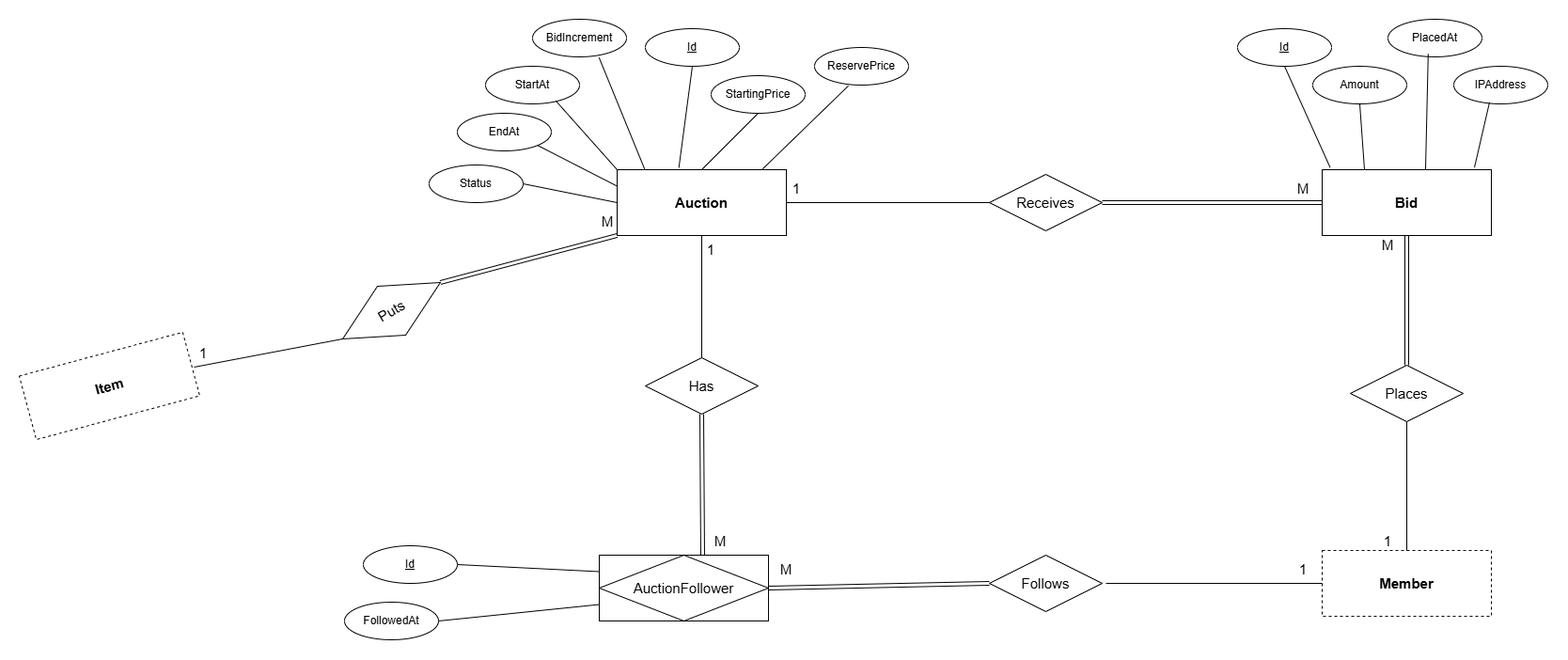
Above: docs/erd/BIDNILE-1-ERD-4-Auctions and bidding.png in Mokhtar103/Mokhtar103-Database-Assignment-2-Creating-Tables (draw.io), before the change. Source tidied: cells renumbered, new cells last; positions are measured from the earlier drawing's top-left corner, leaving out a move shared by most shapes. Source of this version:
```xml
<mxGraphModel>
  <root>
    <mxCell id="0" />
    <mxCell id="1" parent="0" />
    <mxCell id="2" value="&lt;span style=&quot;font-size: 15px;&quot;&gt;&lt;b&gt;Auction&lt;/b&gt;&lt;/span&gt;" style="whiteSpace=wrap;html=1;align=center;" parent="1" vertex="1">
      <mxGeometry x="630" y="160" width="180" height="70" as="geometry" />
    </mxCell>
    <mxCell id="3" value="Id" style="ellipse;whiteSpace=wrap;html=1;align=center;fontStyle=4;" parent="1" vertex="1">
      <mxGeometry x="660" y="10" width="100" height="40" as="geometry" />
    </mxCell>
    <mxCell id="4" style="endArrow=none;html=1;rounded=0;defaultLabelBackgroundColor=page;labelPadding=0 4;exitX=0.5;exitY=1;exitDx=0;exitDy=0;entryX=0.365;entryY=-0.031;entryDx=0;entryDy=0;entryPerimeter=0;" parent="1" edge="1" source="3" target="2">
      <mxGeometry relative="1" as="geometry" />
    </mxCell>
    <mxCell id="5" value="StartingPrice" style="ellipse;whiteSpace=wrap;html=1;align=center;" parent="1" vertex="1">
      <mxGeometry x="730" y="60" width="100" height="40" as="geometry" />
    </mxCell>
    <mxCell id="6" style="endArrow=none;html=1;rounded=0;defaultLabelBackgroundColor=page;labelPadding=0 4;exitX=0.5;exitY=1;exitDx=0;exitDy=0;entryX=0.5;entryY=0;entryDx=0;entryDy=0;" parent="1" edge="1" source="5" target="2">
      <mxGeometry relative="1" as="geometry" />
    </mxCell>
    <mxCell id="7" value="ReservePrice" style="ellipse;whiteSpace=wrap;html=1;align=center;" parent="1" vertex="1">
      <mxGeometry x="840" y="30" width="100" height="40" as="geometry" />
    </mxCell>
    <mxCell id="8" style="endArrow=none;html=1;rounded=0;defaultLabelBackgroundColor=page;labelPadding=0 4;exitX=0.36;exitY=1.02;exitDx=0;exitDy=0;entryX=0.86;entryY=-0.011;entryDx=0;entryDy=0;entryPerimeter=0;exitPerimeter=0;" parent="1" edge="1" source="7" target="2">
      <mxGeometry relative="1" as="geometry" />
    </mxCell>
    <mxCell id="9" value="BidIncrement" style="ellipse;whiteSpace=wrap;html=1;align=center;" parent="1" vertex="1">
      <mxGeometry x="540" width="100" height="40" as="geometry" />
    </mxCell>
    <mxCell id="10" style="endArrow=none;html=1;rounded=0;defaultLabelBackgroundColor=page;labelPadding=0 4;exitX=0.708;exitY=1.02;exitDx=0;exitDy=0;entryX=0.164;entryY=0;entryDx=0;entryDy=0;exitPerimeter=0;entryPerimeter=0;" parent="1" edge="1" source="9" target="2">
      <mxGeometry relative="1" as="geometry" />
    </mxCell>
    <mxCell id="11" value="StartAt" style="ellipse;whiteSpace=wrap;html=1;align=center;" parent="1" vertex="1">
      <mxGeometry x="490" y="50" width="100" height="40" as="geometry" />
    </mxCell>
    <mxCell id="12" style="endArrow=none;html=1;rounded=0;defaultLabelBackgroundColor=page;labelPadding=0 4;exitX=0.748;exitY=0.92;exitDx=0;exitDy=0;entryX=0;entryY=0;entryDx=0;entryDy=0;exitPerimeter=0;" parent="1" edge="1" source="11" target="2">
      <mxGeometry relative="1" as="geometry" />
    </mxCell>
    <mxCell id="13" value="EndAt" style="ellipse;whiteSpace=wrap;html=1;align=center;" parent="1" vertex="1">
      <mxGeometry x="460" y="100" width="100" height="40" as="geometry" />
    </mxCell>
    <mxCell id="14" style="endArrow=none;html=1;rounded=0;defaultLabelBackgroundColor=page;labelPadding=0 4;exitX=1;exitY=1;exitDx=0;exitDy=0;entryX=0;entryY=0.25;entryDx=0;entryDy=0;" parent="1" edge="1" source="13" target="2">
      <mxGeometry relative="1" as="geometry" />
    </mxCell>
    <mxCell id="15" value="Status" style="ellipse;whiteSpace=wrap;html=1;align=center;" parent="1" vertex="1">
      <mxGeometry x="430" y="155" width="100" height="40" as="geometry" />
    </mxCell>
    <mxCell id="16" style="endArrow=none;html=1;rounded=0;defaultLabelBackgroundColor=page;labelPadding=0 4;exitX=1;exitY=0.5;exitDx=0;exitDy=0;entryX=0;entryY=0.5;entryDx=0;entryDy=0;" parent="1" edge="1" source="15" target="2">
      <mxGeometry relative="1" as="geometry" />
    </mxCell>
    <mxCell id="17" value="&lt;span style=&quot;font-size: 15px;&quot;&gt;&lt;b&gt;Bid&lt;/b&gt;&lt;/span&gt;" style="whiteSpace=wrap;html=1;align=center;" parent="1" vertex="1">
      <mxGeometry x="1380" y="160" width="180" height="70" as="geometry" />
    </mxCell>
    <mxCell id="18" value="Id" style="ellipse;whiteSpace=wrap;html=1;align=center;fontStyle=4;" parent="1" vertex="1">
      <mxGeometry x="1290" y="10" width="100" height="40" as="geometry" />
    </mxCell>
    <mxCell id="19" style="endArrow=none;html=1;rounded=0;defaultLabelBackgroundColor=page;labelPadding=0 4;exitX=0.5;exitY=1;exitDx=0;exitDy=0;entryX=0.047;entryY=-0.034;entryDx=0;entryDy=0;entryPerimeter=0;" parent="1" edge="1" source="18" target="17">
      <mxGeometry relative="1" as="geometry" />
    </mxCell>
    <mxCell id="20" value="Amount" style="ellipse;whiteSpace=wrap;html=1;align=center;" parent="1" vertex="1">
      <mxGeometry x="1370" y="50" width="100" height="40" as="geometry" />
    </mxCell>
    <mxCell id="21" style="endArrow=none;html=1;rounded=0;defaultLabelBackgroundColor=page;labelPadding=0 4;exitX=0.5;exitY=1;exitDx=0;exitDy=0;entryX=0.25;entryY=0;entryDx=0;entryDy=0;" parent="1" edge="1" source="20" target="17">
      <mxGeometry relative="1" as="geometry" />
    </mxCell>
    <mxCell id="22" value="PlacedAt" style="ellipse;whiteSpace=wrap;html=1;align=center;" parent="1" vertex="1">
      <mxGeometry x="1450" width="100" height="40" as="geometry" />
    </mxCell>
    <mxCell id="23" style="endArrow=none;html=1;rounded=0;defaultLabelBackgroundColor=page;labelPadding=0 4;exitX=0.428;exitY=0.92;exitDx=0;exitDy=0;entryX=0.611;entryY=0;entryDx=0;entryDy=0;exitPerimeter=0;entryPerimeter=0;" parent="1" edge="1" source="22" target="17">
      <mxGeometry relative="1" as="geometry" />
    </mxCell>
    <mxCell id="24" value="IPAddress" style="ellipse;whiteSpace=wrap;html=1;align=center;" parent="1" vertex="1">
      <mxGeometry x="1520" y="50" width="100" height="40" as="geometry" />
    </mxCell>
    <mxCell id="25" style="endArrow=none;html=1;rounded=0;defaultLabelBackgroundColor=page;labelPadding=0 4;exitX=0.38;exitY=0.96;exitDx=0;exitDy=0;entryX=0.9;entryY=-0.034;entryDx=0;entryDy=0;exitPerimeter=0;entryPerimeter=0;" parent="1" edge="1" source="24" target="17">
      <mxGeometry relative="1" as="geometry" />
    </mxCell>
    <mxCell id="26" value="&lt;span style=&quot;font-size: 15px;&quot;&gt;&lt;b&gt;Member&lt;/b&gt;&lt;/span&gt;" style="whiteSpace=wrap;html=1;align=center;dashed=1;" parent="1" vertex="1">
      <mxGeometry x="1380" y="565" width="180" height="70" as="geometry" />
    </mxCell>
    <mxCell id="27" value="&lt;font style=&quot;font-size: 15px;&quot;&gt;AuctionFollower&lt;/font&gt;" style="shape=associativeEntity;whiteSpace=wrap;html=1;align=center;" parent="1" vertex="1">
      <mxGeometry x="611" y="570" width="180" height="70" as="geometry" />
    </mxCell>
    <mxCell id="28" value="Id" style="ellipse;whiteSpace=wrap;html=1;align=center;fontStyle=4;" parent="1" vertex="1">
      <mxGeometry x="360" y="560" width="100" height="40" as="geometry" />
    </mxCell>
    <mxCell id="29" style="endArrow=none;html=1;rounded=0;defaultLabelBackgroundColor=page;labelPadding=0 4;exitX=1;exitY=0.5;exitDx=0;exitDy=0;entryX=0;entryY=0.25;entryDx=0;entryDy=0;" parent="1" edge="1" source="28" target="27">
      <mxGeometry relative="1" as="geometry" />
    </mxCell>
    <mxCell id="30" value="FollowedAt" style="ellipse;whiteSpace=wrap;html=1;align=center;" parent="1" vertex="1">
      <mxGeometry x="340" y="620" width="100" height="40" as="geometry" />
    </mxCell>
    <mxCell id="31" style="endArrow=none;html=1;rounded=0;defaultLabelBackgroundColor=page;labelPadding=0 4;exitX=1;exitY=0.5;exitDx=0;exitDy=0;entryX=0;entryY=0.75;entryDx=0;entryDy=0;" parent="1" edge="1" source="30" target="27">
      <mxGeometry relative="1" as="geometry" />
    </mxCell>
    <mxCell id="32" value="&lt;font style=&quot;font-size: 15px;&quot;&gt;Follows&lt;/font&gt;" style="shape=rhombus;perimeter=rhombusPerimeter;whiteSpace=wrap;html=1;align=center;" parent="1" vertex="1">
      <mxGeometry x="1026" y="570" width="120" height="60" as="geometry" />
    </mxCell>
    <mxCell id="33" style="endArrow=none;html=1;rounded=0;defaultLabelBackgroundColor=page;labelPadding=0 4;entryX=0;entryY=0.5;entryDx=0;entryDy=0;" parent="1" edge="1" target="26">
      <mxGeometry relative="1" as="geometry">
        <mxPoint x="1150" y="600" as="sourcePoint" />
      </mxGeometry>
    </mxCell>
    <mxCell id="34" style="shape=link;html=1;rounded=0;defaultLabelBackgroundColor=page;labelPadding=0 4;exitX=1;exitY=0.5;exitDx=0;exitDy=0;entryX=0;entryY=0.5;entryDx=0;entryDy=0;" parent="1" edge="1" source="27" target="32">
      <mxGeometry relative="1" as="geometry" />
    </mxCell>
    <mxCell id="35" value="&lt;font style=&quot;font-size: 15px;&quot;&gt;1&lt;/font&gt;" style="text;html=1;whiteSpace=wrap;strokeColor=none;fillColor=none;align=center;verticalAlign=middle;rounded=0;" parent="1" vertex="1">
      <mxGeometry x="1330" y="570" width="60" height="30" as="geometry" />
    </mxCell>
    <mxCell id="36" value="&lt;font style=&quot;font-size: 15px;&quot;&gt;M&lt;/font&gt;" style="text;html=1;whiteSpace=wrap;strokeColor=none;fillColor=none;align=center;verticalAlign=middle;rounded=0;" parent="1" vertex="1">
      <mxGeometry x="780" y="570" width="60" height="30" as="geometry" />
    </mxCell>
    <mxCell id="37" value="&lt;font style=&quot;font-size: 15px;&quot;&gt;Has&lt;/font&gt;" style="shape=rhombus;perimeter=rhombusPerimeter;whiteSpace=wrap;html=1;align=center;" parent="1" vertex="1">
      <mxGeometry x="660" y="360" width="120" height="60" as="geometry" />
    </mxCell>
    <mxCell id="38" style="endArrow=none;html=1;rounded=0;defaultLabelBackgroundColor=page;labelPadding=0 4;entryX=0.5;entryY=0;entryDx=0;entryDy=0;exitX=0.5;exitY=1;exitDx=0;exitDy=0;" parent="1" edge="1" source="2" target="37">
      <mxGeometry relative="1" as="geometry" />
    </mxCell>
    <mxCell id="39" style="shape=link;html=1;rounded=0;defaultLabelBackgroundColor=page;labelPadding=0 4;exitX=0.611;exitY=-0.002;exitDx=0;exitDy=0;entryX=0.5;entryY=1;entryDx=0;entryDy=0;exitPerimeter=0;" parent="1" edge="1" source="27" target="37">
      <mxGeometry relative="1" as="geometry" />
    </mxCell>
    <mxCell id="40" value="&lt;font style=&quot;font-size: 15px;&quot;&gt;1&lt;/font&gt;" style="text;html=1;whiteSpace=wrap;strokeColor=none;fillColor=none;align=center;verticalAlign=middle;rounded=0;" parent="1" vertex="1">
      <mxGeometry x="700" y="230" width="60" height="30" as="geometry" />
    </mxCell>
    <mxCell id="41" value="&lt;font style=&quot;font-size: 15px;&quot;&gt;M&lt;/font&gt;" style="text;html=1;whiteSpace=wrap;strokeColor=none;fillColor=none;align=center;verticalAlign=middle;rounded=0;" parent="1" vertex="1">
      <mxGeometry x="710" y="540" width="60" height="30" as="geometry" />
    </mxCell>
    <mxCell id="42" value="&lt;font style=&quot;font-size: 15px;&quot;&gt;Receives&lt;/font&gt;" style="shape=rhombus;perimeter=rhombusPerimeter;whiteSpace=wrap;html=1;align=center;" parent="1" vertex="1">
      <mxGeometry x="1026" y="165" width="120" height="60" as="geometry" />
    </mxCell>
    <mxCell id="43" style="endArrow=none;html=1;rounded=0;defaultLabelBackgroundColor=page;labelPadding=0 4;entryX=0;entryY=0.5;entryDx=0;entryDy=0;exitX=1;exitY=0.5;exitDx=0;exitDy=0;" parent="1" edge="1" source="2" target="42">
      <mxGeometry relative="1" as="geometry" />
    </mxCell>
    <mxCell id="44" style="shape=link;html=1;rounded=0;defaultLabelBackgroundColor=page;labelPadding=0 4;exitX=0;exitY=0.5;exitDx=0;exitDy=0;entryX=1;entryY=0.5;entryDx=0;entryDy=0;" parent="1" edge="1" source="17" target="42">
      <mxGeometry relative="1" as="geometry" />
    </mxCell>
    <mxCell id="45" value="&lt;font style=&quot;font-size: 15px;&quot;&gt;1&lt;/font&gt;" style="text;html=1;whiteSpace=wrap;strokeColor=none;fillColor=none;align=center;verticalAlign=middle;rounded=0;" parent="1" vertex="1">
      <mxGeometry x="791" y="165" width="60" height="30" as="geometry" />
    </mxCell>
    <mxCell id="46" value="&lt;font style=&quot;font-size: 15px;&quot;&gt;M&lt;/font&gt;" style="text;html=1;whiteSpace=wrap;strokeColor=none;fillColor=none;align=center;verticalAlign=middle;rounded=0;" parent="1" vertex="1">
      <mxGeometry x="1330" y="165" width="60" height="30" as="geometry" />
    </mxCell>
    <mxCell id="47" value="&lt;font style=&quot;font-size: 15px;&quot;&gt;Places&lt;/font&gt;" style="shape=rhombus;perimeter=rhombusPerimeter;whiteSpace=wrap;html=1;align=center;" parent="1" vertex="1">
      <mxGeometry x="1410" y="368" width="120" height="60" as="geometry" />
    </mxCell>
    <mxCell id="48" style="endArrow=none;html=1;rounded=0;defaultLabelBackgroundColor=page;labelPadding=0 4;entryX=0.5;entryY=0;entryDx=0;entryDy=0;exitX=0.5;exitY=1;exitDx=0;exitDy=0;" parent="1" edge="1" source="47" target="26">
      <mxGeometry relative="1" as="geometry" />
    </mxCell>
    <mxCell id="49" style="shape=link;html=1;rounded=0;defaultLabelBackgroundColor=page;labelPadding=0 4;exitX=0.5;exitY=0;exitDx=0;exitDy=0;" parent="1" edge="1" source="47">
      <mxGeometry relative="1" as="geometry">
        <mxPoint x="1470" y="230" as="targetPoint" />
      </mxGeometry>
    </mxCell>
    <mxCell id="50" value="&lt;font style=&quot;font-size: 15px;&quot;&gt;1&lt;/font&gt;" style="text;html=1;whiteSpace=wrap;strokeColor=none;fillColor=none;align=center;verticalAlign=middle;rounded=0;" parent="1" vertex="1">
      <mxGeometry x="1420" y="540" width="60" height="30" as="geometry" />
    </mxCell>
    <mxCell id="51" value="&lt;font style=&quot;font-size: 15px;&quot;&gt;M&lt;/font&gt;" style="text;html=1;whiteSpace=wrap;strokeColor=none;fillColor=none;align=center;verticalAlign=middle;rounded=0;" parent="1" vertex="1">
      <mxGeometry x="1420" y="225" width="60" height="30" as="geometry" />
    </mxCell>
    <mxCell id="52" value="&lt;span style=&quot;font-size: 15px;&quot;&gt;&lt;b&gt;Item&lt;/b&gt;&lt;/span&gt;" style="whiteSpace=wrap;html=1;align=center;dashed=1;rotation=-15;" parent="1" vertex="1">
      <mxGeometry y="355" width="180" height="70" as="geometry" />
    </mxCell>
    <mxCell id="53" value="&lt;font style=&quot;font-size: 15px;&quot;&gt;Puts&lt;/font&gt;" style="shape=rhombus;perimeter=rhombusPerimeter;whiteSpace=wrap;html=1;align=center;rotation=-30;" parent="1" vertex="1">
      <mxGeometry x="330" y="280" width="120" height="60" as="geometry" />
    </mxCell>
    <mxCell id="54" style="endArrow=none;html=1;rounded=0;defaultLabelBackgroundColor=page;labelPadding=0 4;entryX=0;entryY=0.5;entryDx=0;entryDy=0;" parent="1" edge="1" target="53">
      <mxGeometry relative="1" as="geometry">
        <mxPoint x="180" y="370" as="sourcePoint" />
      </mxGeometry>
    </mxCell>
    <mxCell id="55" style="shape=link;html=1;rounded=0;defaultLabelBackgroundColor=page;labelPadding=0 4;exitX=1;exitY=0.5;exitDx=0;exitDy=0;entryX=0;entryY=1;entryDx=0;entryDy=0;" parent="1" edge="1" source="53" target="2">
      <mxGeometry relative="1" as="geometry" />
    </mxCell>
    <mxCell id="56" value="&lt;font style=&quot;font-size: 15px;&quot;&gt;1&lt;/font&gt;" style="text;html=1;whiteSpace=wrap;strokeColor=none;fillColor=none;align=center;verticalAlign=middle;rounded=0;" parent="1" vertex="1">
      <mxGeometry x="160" y="340" width="60" height="30" as="geometry" />
    </mxCell>
    <mxCell id="57" value="&lt;font style=&quot;font-size: 15px;&quot;&gt;M&lt;/font&gt;" style="text;html=1;whiteSpace=wrap;strokeColor=none;fillColor=none;align=center;verticalAlign=middle;rounded=0;" parent="1" vertex="1">
      <mxGeometry x="590" y="200" width="60" height="30" as="geometry" />
    </mxCell>
  </root>
</mxGraphModel>
```
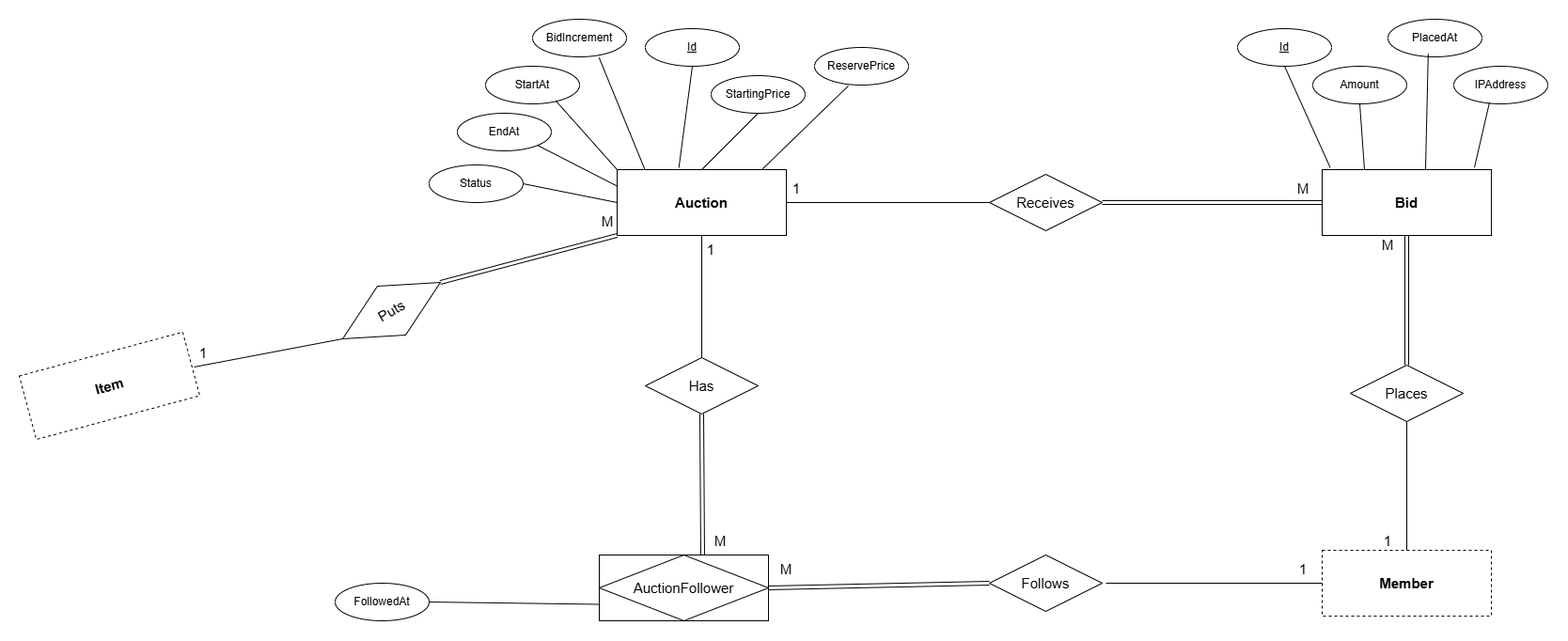
The same diagram one commit later.

What changed in the source:
```diff
@@ -80,14 +80,8 @@
     <mxCell id="27" value="&lt;font style=&quot;font-size: 15px;&quot;&gt;AuctionFollower&lt;/font&gt;" style="shape=associativeEntity;whiteSpace=wrap;html=1;align=center;" parent="1" vertex="1">
       <mxGeometry x="611" y="570" width="180" height="70" as="geometry" />
     </mxCell>
-    <mxCell id="28" value="Id" style="ellipse;whiteSpace=wrap;html=1;align=center;fontStyle=4;" parent="1" vertex="1">
-      <mxGeometry x="360" y="560" width="100" height="40" as="geometry" />
-    </mxCell>
-    <mxCell id="29" style="endArrow=none;html=1;rounded=0;defaultLabelBackgroundColor=page;labelPadding=0 4;exitX=1;exitY=0.5;exitDx=0;exitDy=0;entryX=0;entryY=0.25;entryDx=0;entryDy=0;" parent="1" edge="1" source="28" target="27">
-      <mxGeometry relative="1" as="geometry" />
-    </mxCell>
     <mxCell id="30" value="FollowedAt" style="ellipse;whiteSpace=wrap;html=1;align=center;" parent="1" vertex="1">
-      <mxGeometry x="340" y="620" width="100" height="40" as="geometry" />
+      <mxGeometry x="330" y="600" width="100" height="40" as="geometry" />
     </mxCell>
     <mxCell id="31" style="endArrow=none;html=1;rounded=0;defaultLabelBackgroundColor=page;labelPadding=0 4;exitX=1;exitY=0.5;exitDx=0;exitDy=0;entryX=0;entryY=0.75;entryDx=0;entryDy=0;" parent="1" edge="1" source="30" target="27">
       <mxGeometry relative="1" as="geometry" />
```
